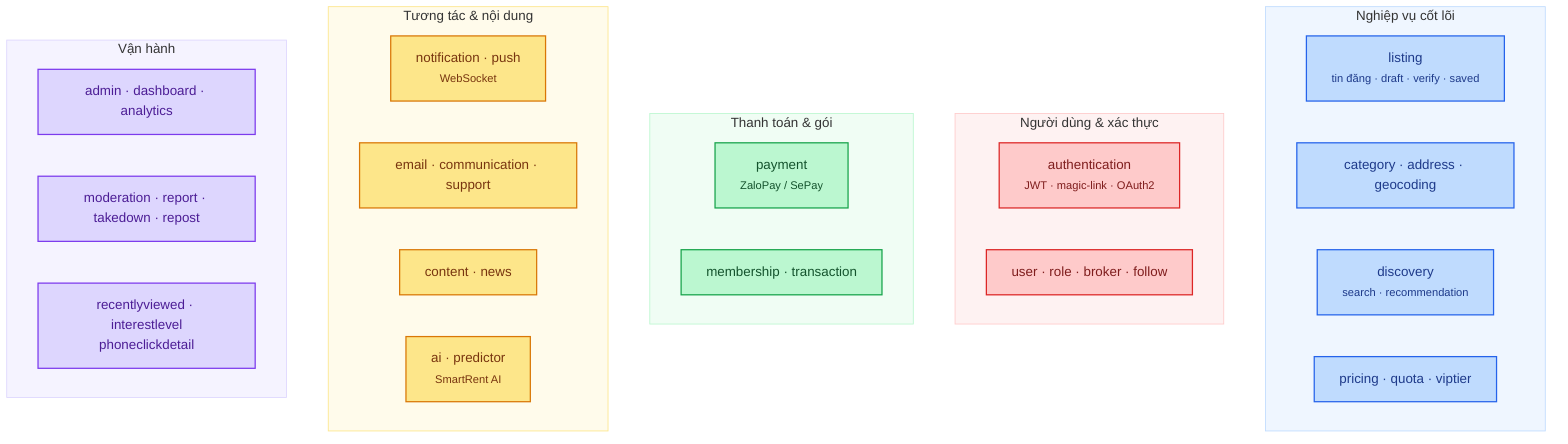
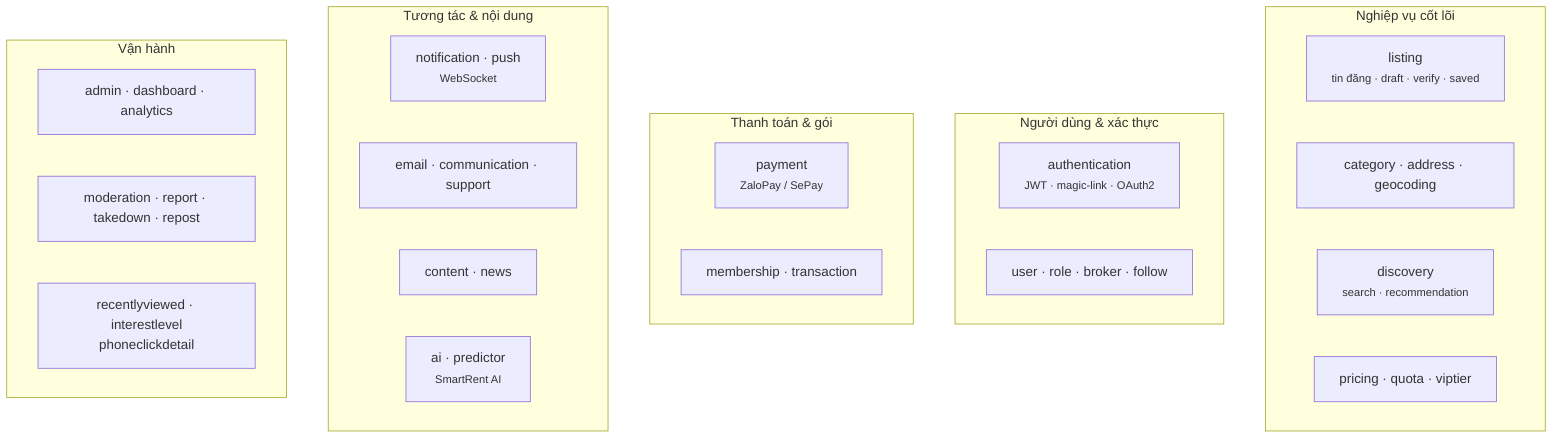
flowchart TB
 subgraph Core["Nghiệp vụ cốt lõi"]
 L["listing<br/><small>tin đăng · draft · verify · saved</small>"]
 Cat["category · address · geocoding"]
 Search["discovery<br/><small>search · recommendation</small>"]
 Pricing["pricing · quota · viptier"]
 end
 subgraph User["Người dùng & xác thực"]
 Auth["authentication<br/><small>JWT · magic-link · OAuth2</small>"]
 U["user · role · broker · follow"]
 end
 subgraph Money["Thanh toán & gói"]
 Pay["payment<br/><small>ZaloPay / SePay</small>"]
 Mem["membership · transaction"]
 end
 subgraph Comm["Tương tác & nội dung"]
 N["notification · push<br/><small>WebSocket</small>"]
 Email["email · communication · support"]
 Content["content · news"]
 AI["ai · predictor<br/><small>SmartRent AI</small>"]
 end
 subgraph Ops["Vận hành"]
 Admin["admin · dashboard · analytics"]
 Mod["moderation · report · takedown · repost"]
 Track["recentlyviewed · interestlevel<br/>phoneclickdetail"]
 end
- 
-  classDef core fill:#bfdbfe,stroke:#2563eb,color:#1e3a8a,stroke-width:1.5px
-  classDef usr fill:#fecaca,stroke:#dc2626,color:#7f1d1d,stroke-width:1.5px
-  classDef money fill:#bbf7d0,stroke:#16a34a,color:#14532d,stroke-width:1.5px
-  classDef comm fill:#fde68a,stroke:#d97706,color:#78350f,stroke-width:1.5px
-  classDef ops fill:#ddd6fe,stroke:#7c3aed,color:#4c1d95,stroke-width:1.5px
-  class L,Cat,Search,Pricing core
-  class Auth,U usr
-  class Pay,Mem money
-  class N,Email,Content,AI comm
-  class Admin,Mod,Track ops
-  style Core fill:#eff6ff,stroke:#bfdbfe
-  style User fill:#fef2f2,stroke:#fecaca
-  style Money fill:#f0fdf4,stroke:#bbf7d0
-  style Comm fill:#fffbeb,stroke:#fde68a
-  style Ops fill:#f5f3ff,stroke:#ddd6fe
